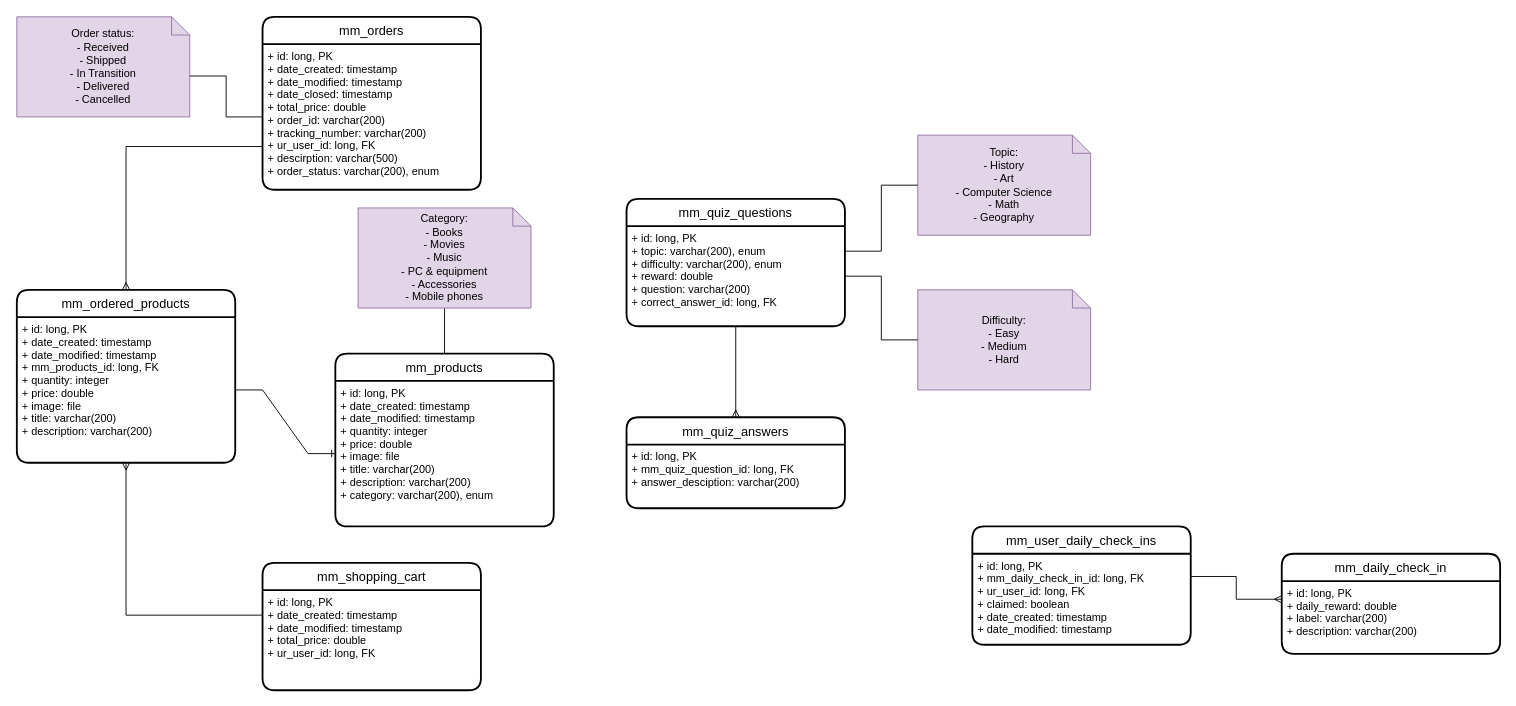
bbozilov26/EMT_2023_backend keeps this draw.io diagram as page "metamodels" (2 of 2) of EMT_diagrams.drawio. Above is the earlier version. Source tidied: cells renumbered, new cells numbered last; positions are measured from the earlier drawing's top-left corner, leaving out a move shared by most shapes. Both pictures are drawn from the tidied source at 91%, with x=0, y=0 at pixel (16, 16).
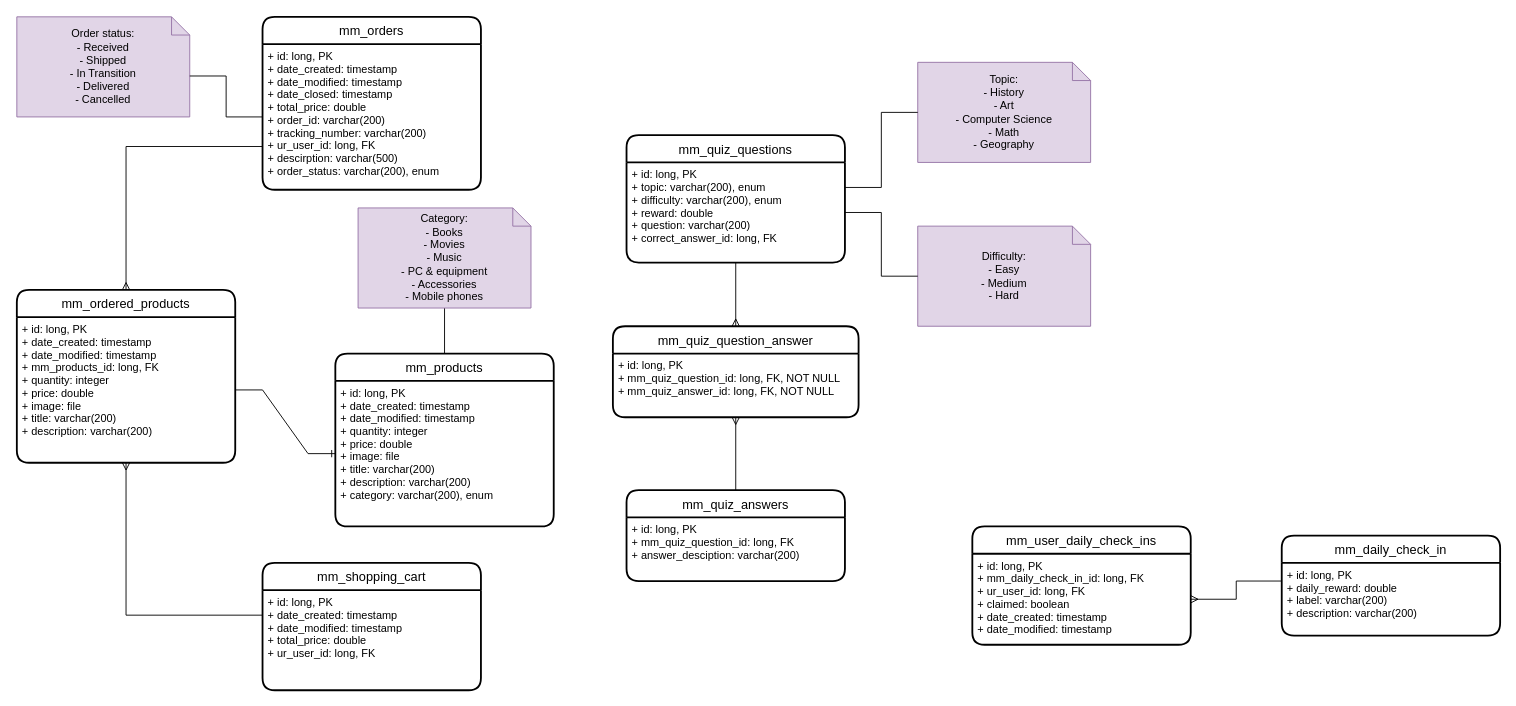
The same page after the edit.

Unchanged cells that the change refers to:
```xml
<mxCell id="8" value="+ id: long, PK&#10;+ topic: varchar(200), enum&#10;+ difficulty: varchar(200), enum&#10;+ reward: double&#10;+ question: varchar(200)&#10;+ correct_answer_id: long, FK " style="align=left;strokeColor=none;fillColor=none;spacingLeft=4;fontSize=12;verticalAlign=top;" parent="7" vertex="1">
  <mxGeometry y="30" width="240" height="110" as="geometry" />
</mxCell>
<mxCell id="18" value="+ id: long, PK&#10;+ daily_reward: double&#10;+ label: varchar(200)&#10;+ description: varchar(200)" style="align=left;strokeColor=none;fillColor=none;spacingLeft=4;fontSize=12;verticalAlign=top;" parent="17" vertex="1">
  <mxGeometry y="30" width="240" height="80" as="geometry" />
</mxCell>
<mxCell id="20" value="+ id: long, PK&#10;+ mm_daily_check_in_id: long, FK&#10;+ ur_user_id: long, FK&#10;+ claimed: boolean&#10;+ date_created: timestamp&#10;+ date_modified: timestamp" style="align=left;strokeColor=none;fillColor=none;spacingLeft=4;fontSize=12;verticalAlign=top;" parent="19" vertex="1">
  <mxGeometry y="30" width="240" height="100" as="geometry" />
</mxCell>
```

What changed in the source:
```diff
@@
     <mxCell id="5" value="Topic:&lt;br&gt;- History&lt;br&gt;- Art&lt;br&gt;- Computer Science&lt;br&gt;- Math&lt;br&gt;- Geography" style="shape=note;size=20;whiteSpace=wrap;html=1;fillColor=#e1d5e7;strokeColor=#9673a6;" parent="1" vertex="1">
-      <mxGeometry x="990" y="130" width="190" height="110" as="geometry" />
+      <mxGeometry x="990" y="50" width="190" height="110" as="geometry" />
     </mxCell>
     <mxCell id="6" value="Difficulty:&lt;br&gt;- Easy&lt;br&gt;- Medium&lt;br&gt;- Hard" style="shape=note;size=20;whiteSpace=wrap;html=1;fillColor=#e1d5e7;strokeColor=#9673a6;" parent="1" vertex="1">
-      <mxGeometry x="990" y="300" width="190" height="110" as="geometry" />
+      <mxGeometry x="990" y="230" width="190" height="110" as="geometry" />
     </mxCell>
     <mxCell id="7" value="mm_quiz_questions" style="swimlane;horizontal=1;startSize=30;rounded=1;fontSize=14;fontStyle=0;strokeWidth=2;shadow=0;dashed=0;align=center;" parent="1" vertex="1">
-      <mxGeometry x="670" y="200" width="240" height="140" as="geometry" />
+      <mxGeometry x="670" y="130" width="240" height="140" as="geometry" />
     </mxCell>
@@
     <mxCell id="11" value="mm_quiz_answers" style="swimlane;horizontal=1;startSize=30;rounded=1;fontSize=14;fontStyle=0;strokeWidth=2;shadow=0;dashed=0;align=center;" parent="1" vertex="1">
-      <mxGeometry x="670" y="440" width="240" height="100" as="geometry" />
+      <mxGeometry x="670" y="520" width="240" height="100" as="geometry" />
     </mxCell>
@@
-    <mxCell id="13" style="edgeStyle=orthogonalEdgeStyle;rounded=0;jettySize=auto;html=1;exitX=0.5;exitY=1;exitDx=0;exitDy=0;entryX=0.5;entryY=0;entryDx=0;entryDy=0;endArrow=ERmany;endFill=0;" parent="1" edge="1" source="8" target="11">
+    <mxCell id="13" style="edgeStyle=orthogonalEdgeStyle;rounded=0;jettySize=auto;html=1;exitX=0.5;exitY=1;exitDx=0;exitDy=0;endArrow=ERmany;endFill=0;entryX=0.5;entryY=0;entryDx=0;entryDy=0;" parent="1" edge="1" source="8" target="31">
       <mxGeometry relative="1" as="geometry" />
     </mxCell>
@@
     <mxCell id="17" value="mm_daily_check_in" style="swimlane;horizontal=1;startSize=30;rounded=1;fontSize=14;fontStyle=0;strokeWidth=2;shadow=0;dashed=0;align=center;" parent="1" vertex="1">
-      <mxGeometry x="1390" y="590" width="240" height="110" as="geometry" />
+      <mxGeometry x="1390" y="570" width="240" height="110" as="geometry" />
     </mxCell>
@@
-    <mxCell id="21" style="edgeStyle=orthogonalEdgeStyle;rounded=0;jettySize=auto;html=1;exitX=1;exitY=0.25;exitDx=0;exitDy=0;entryX=0;entryY=0.25;entryDx=0;entryDy=0;endArrow=ERmany;endFill=0;" parent="1" edge="1" source="20" target="18">
+    <mxCell id="21" style="edgeStyle=orthogonalEdgeStyle;rounded=0;jettySize=auto;html=1;entryX=1;entryY=0.5;entryDx=0;entryDy=0;endArrow=ERmany;endFill=0;exitX=0;exitY=0.25;exitDx=0;exitDy=0;" parent="1" edge="1" source="18" target="20">
       <mxGeometry relative="1" as="geometry" />
     </mxCell>
@@
+    <mxCell id="31" value="mm_quiz_question_answer" style="swimlane;horizontal=1;startSize=30;rounded=1;fontSize=14;fontStyle=0;strokeWidth=2;shadow=0;dashed=0;align=center;" parent="1" vertex="1">
+      <mxGeometry x="655" y="340" width="270" height="100" as="geometry" />
+    </mxCell>
+    <mxCell id="32" value="+ id: long, PK&#10;+ mm_quiz_question_id: long, FK, NOT NULL&#10;+ mm_quiz_answer_id: long, FK, NOT NULL" style="align=left;strokeColor=none;fillColor=none;spacingLeft=4;fontSize=12;verticalAlign=top;" parent="31" vertex="1">
+      <mxGeometry y="30" width="270" height="70" as="geometry" />
+    </mxCell>
+    <mxCell id="33" style="fontSize=12;html=1;endArrow=ERmany;rounded=0;exitX=0.5;exitY=0;exitDx=0;exitDy=0;entryX=0.5;entryY=1;entryDx=0;entryDy=0;" parent="1" edge="1" source="11" target="32">
+      <mxGeometry relative="1" as="geometry" />
+    </mxCell>
```
